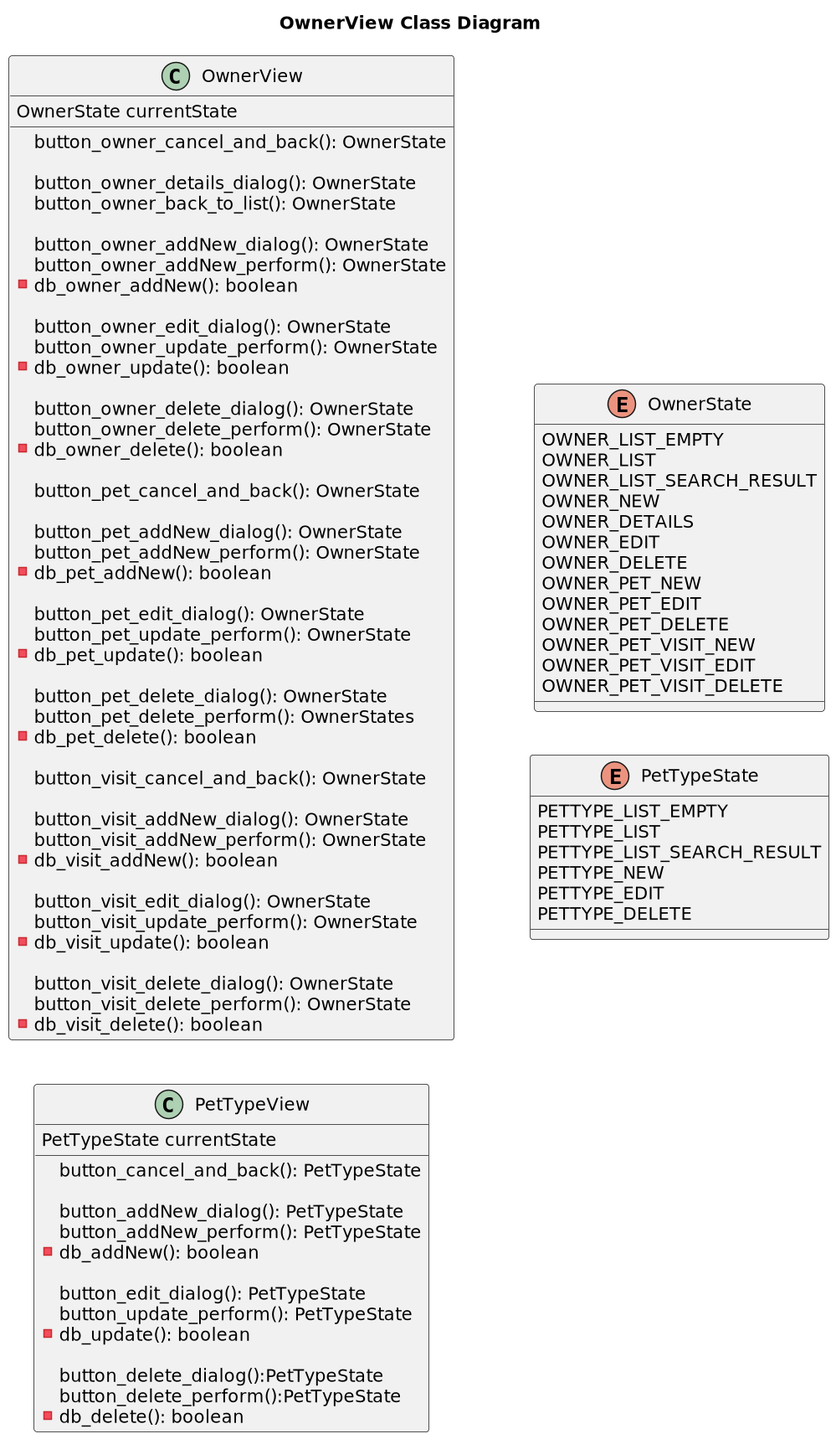
This is uml/owner/implementation/View__Class-OwnerView_Class_Diagram.png from Jakarta-EE-Petclinic/petclinic-uml, a PlantUML export, as it was before one commit.
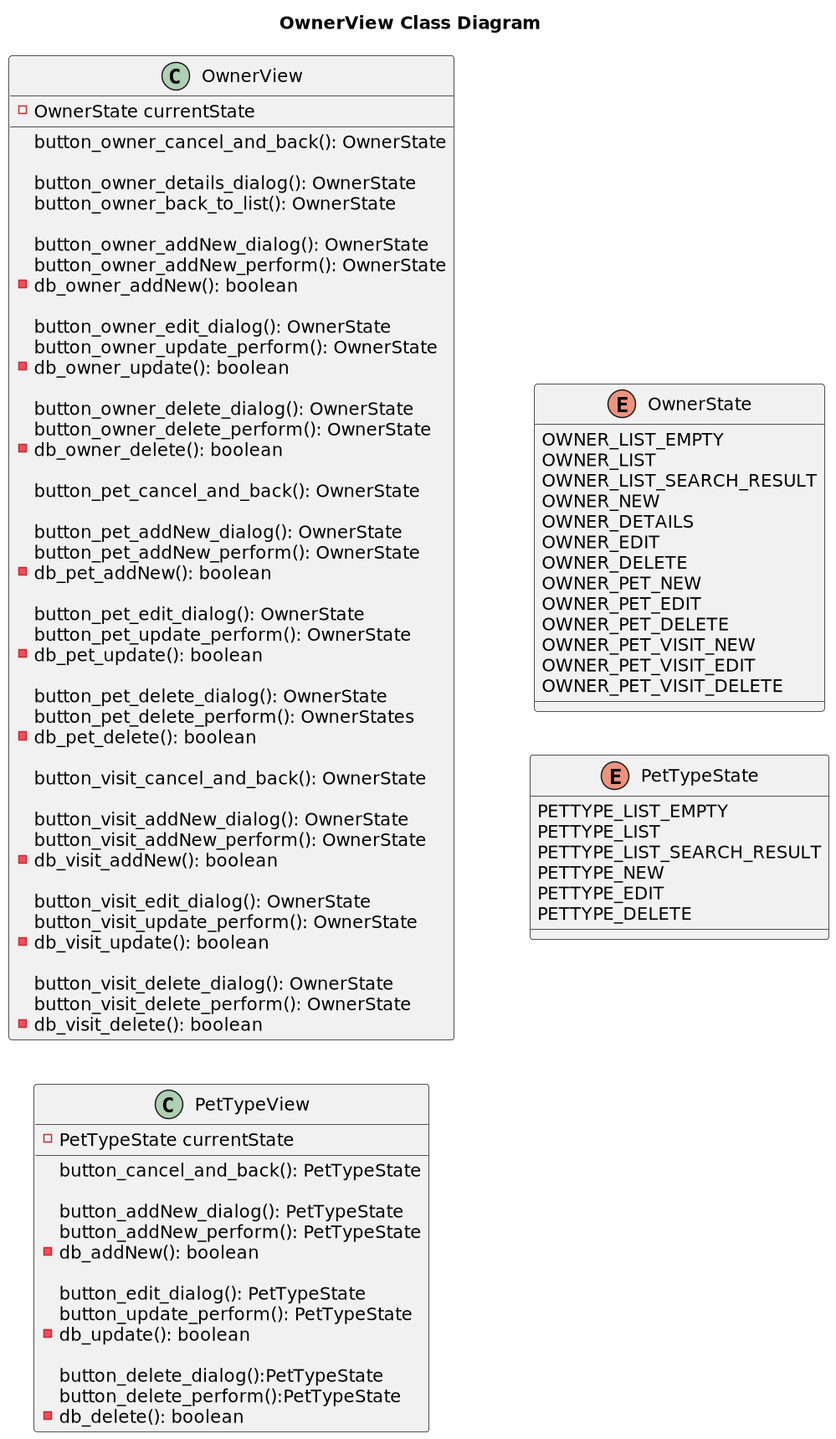
After the change.

What changed in the source:
```diff
@@ -9,7 +9,7 @@
 
 class OwnerView {
 
-    OwnerState currentState
+    - OwnerState currentState
 
     button_owner_cancel_and_back(): OwnerState
 
@@ -59,7 +59,7 @@
 
 class PetTypeView {
 
-    PetTypeState currentState
+    - PetTypeState currentState
 
     button_cancel_and_back(): PetTypeState
 
```
